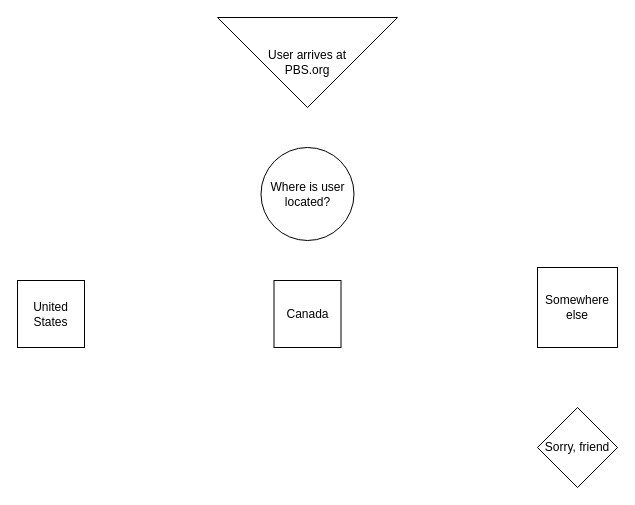
The draw.io diagram Untitled Diagram.drawio in chipcullen/diagramstest, before the edit. Source tidied: cells renumbered, new cells numbered last; positions are measured from the earlier drawing's top-left corner, leaving out a move shared by most shapes. Both pictures are drawn from the tidied source at 100%, with x=0, y=0 at pixel (17, 17).
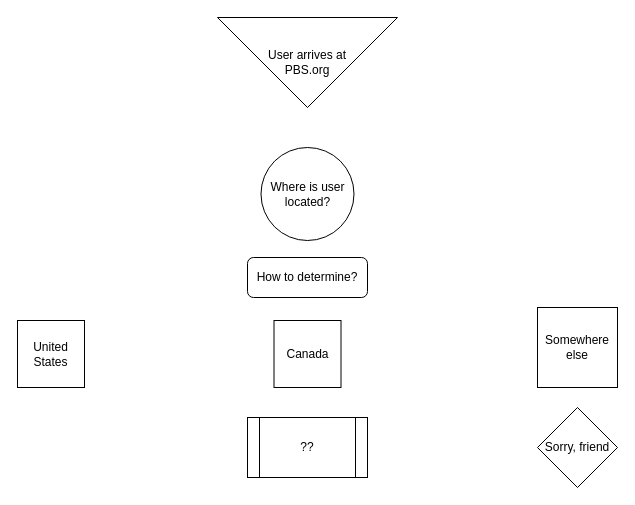
The same diagram, later.

Change to the diagram source:
```diff
@@
 <mxGraphModel>
   <root>
     <mxCell id="0" />
     <mxCell id="1" parent="0" />
     <mxCell id="2" value="User arrives at&lt;br&gt;PBS.org" style="triangle;whiteSpace=wrap;html=1;direction=south;" parent="1" vertex="1">
       <mxGeometry x="200" width="180" height="90" as="geometry" />
     </mxCell>
     <mxCell id="3" value="Where is user located?" style="ellipse;whiteSpace=wrap;html=1;" parent="1" vertex="1">
       <mxGeometry x="243.5" y="130" width="93" height="93" as="geometry" />
     </mxCell>
     <mxCell id="4" value="United States&lt;br&gt;" style="whiteSpace=wrap;html=1;" parent="1" vertex="1">
-      <mxGeometry y="263" width="67" height="67" as="geometry" />
+      <mxGeometry y="303" width="67" height="67" as="geometry" />
     </mxCell>
     <mxCell id="5" value="Canada&lt;br&gt;" style="whiteSpace=wrap;html=1;" parent="1" vertex="1">
-      <mxGeometry x="256.5" y="263" width="67" height="67" as="geometry" />
+      <mxGeometry x="256.5" y="303" width="67" height="67" as="geometry" />
     </mxCell>
     <mxCell id="6" value="Somewhere else&lt;br&gt;" style="whiteSpace=wrap;html=1;" parent="1" vertex="1">
-      <mxGeometry x="520" y="250" width="80" height="80" as="geometry" />
+      <mxGeometry x="520" y="290" width="80" height="80" as="geometry" />
     </mxCell>
     <mxCell id="7" value="Sorry, friend" style="rhombus;whiteSpace=wrap;html=1;" parent="1" vertex="1">
       <mxGeometry x="520" y="390" width="80" height="80" as="geometry" />
     </mxCell>
+    <mxCell id="8" value="??" style="shape=process;whiteSpace=wrap;html=1;backgroundOutline=1;" parent="1" vertex="1">
+      <mxGeometry x="230" y="400" width="120" height="60" as="geometry" />
+    </mxCell>
+    <mxCell id="9" value="How to determine?" style="rounded=1;whiteSpace=wrap;html=1;" parent="1" vertex="1">
+      <mxGeometry x="230" y="240" width="120" height="40" as="geometry" />
+    </mxCell>
   </root>
 </mxGraphModel>
```
